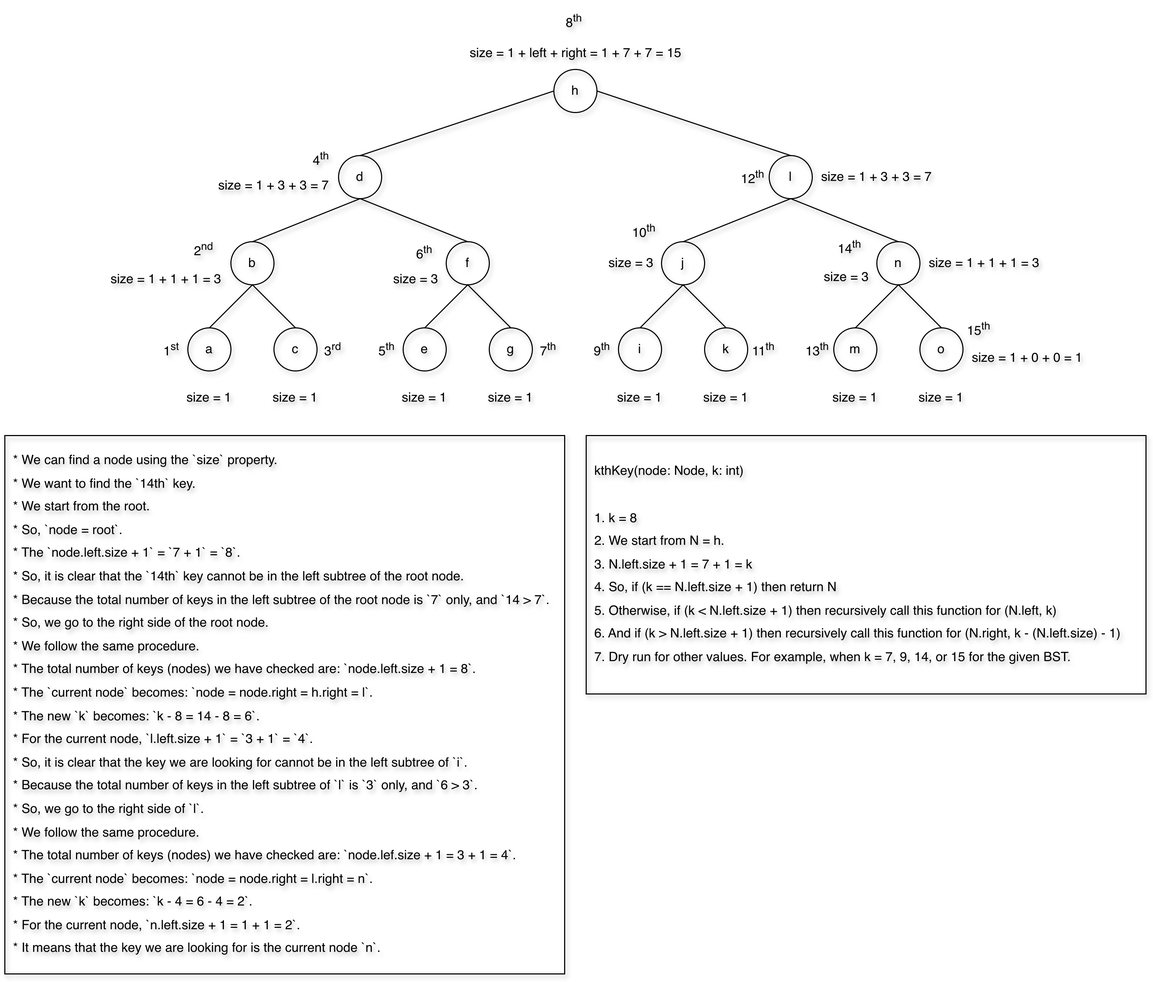
The draw.io diagram assets/images/dataStructures/uc/module06programmingAssignments/1065ropeStringCutPasteSplayTree.png in sagarpatel288/kotlinDSAWithIntellijIdea, before a commit. Source tidied: cells renumbered, new cells last; positions are measured from the earlier drawing's top-left corner, leaving out a move shared by most shapes.
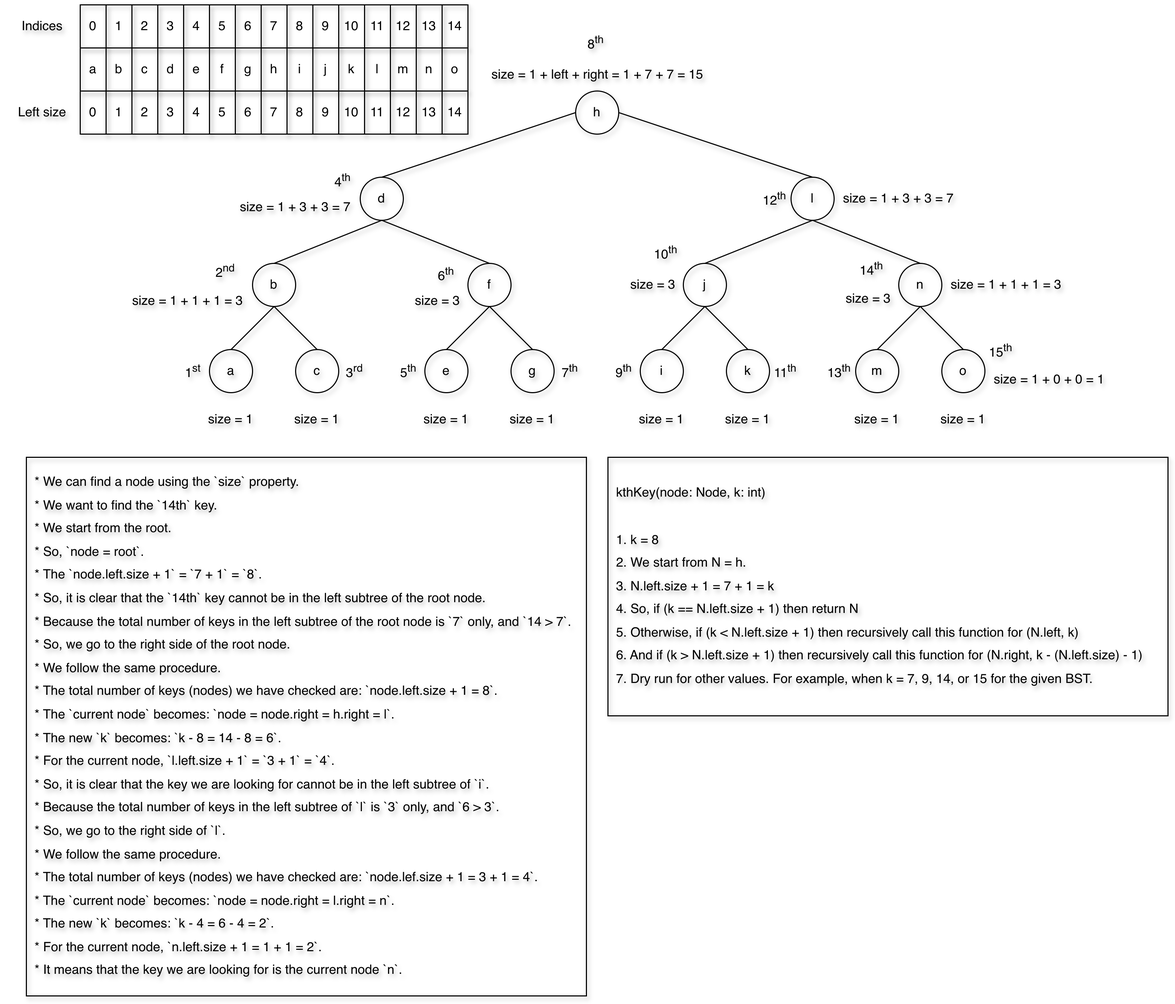
Above is the later version.

Change to the diagram source:
```diff
@@ -199,5 +199,182 @@
     <mxCell id="64" value="&lt;div style=&quot;line-height: 180%;&quot;&gt;&lt;div style=&quot;line-height: 180%;&quot;&gt;* We can find a node using the `size` property.&lt;/div&gt;&lt;div style=&quot;line-height: 180%;&quot;&gt;* We want to find the `14th` key.&lt;/div&gt;&lt;div style=&quot;line-height: 180%;&quot;&gt;* We start from the root.&lt;/div&gt;&lt;div style=&quot;line-height: 180%;&quot;&gt;* So, `node = root`.&lt;/div&gt;&lt;div style=&quot;line-height: 180%;&quot;&gt;* The `node.left.size + 1` = `7 + 1` = `8`.&lt;/div&gt;&lt;div style=&quot;line-height: 180%;&quot;&gt;* So, it is clear that the `14th` key cannot be in the left subtree of the root node.&lt;/div&gt;&lt;div style=&quot;line-height: 180%;&quot;&gt;* Because the total number of keys in the left subtree of the root node is `7` only, and `14 &amp;gt; 7`.&lt;/div&gt;&lt;div style=&quot;line-height: 180%;&quot;&gt;* So, we go to the right side of the root node.&lt;/div&gt;&lt;div style=&quot;line-height: 180%;&quot;&gt;* We follow the same procedure.&lt;/div&gt;&lt;div style=&quot;line-height: 180%;&quot;&gt;* The total number of keys (nodes) we have checked are: `node.left.size + 1 = 8`.&lt;/div&gt;&lt;div style=&quot;line-height: 180%;&quot;&gt;* The `current node` becomes: `node = node.right = h.right = l`.&lt;/div&gt;&lt;div style=&quot;line-height: 180%;&quot;&gt;* The new `k` becomes: `k - 8 = 14 - 8 = 6`.&lt;/div&gt;&lt;div style=&quot;line-height: 180%;&quot;&gt;* For the current node, `l.left.size + 1` = `3 + 1` = `4`.&lt;/div&gt;&lt;div style=&quot;line-height: 180%;&quot;&gt;* So, it is clear that the key we are looking for cannot be in the left subtree of `i`.&lt;/div&gt;&lt;div style=&quot;line-height: 180%;&quot;&gt;* Because the total number of keys in the left subtree of `l` is `3` only, and `6 &amp;gt; 3`.&lt;/div&gt;&lt;div style=&quot;line-height: 180%;&quot;&gt;* So, we go to the right side of `l`.&lt;/div&gt;&lt;div style=&quot;line-height: 180%;&quot;&gt;* We follow the same procedure.&lt;/div&gt;&lt;div style=&quot;line-height: 180%;&quot;&gt;* The total number of keys (nodes) we have checked are: `node.lef.size + 1 = 3 + 1 = 4`.&lt;/div&gt;&lt;div style=&quot;line-height: 180%;&quot;&gt;* The `current node` becomes: `node = node.right = l.right = n`.&lt;/div&gt;&lt;div style=&quot;line-height: 180%;&quot;&gt;* The new `k` becomes: `k - 4 = 6 - 4 = 2`.&lt;/div&gt;&lt;div style=&quot;line-height: 180%;&quot;&gt;* For the current node, `n.left.size + 1 = 1 + 1 = 2`.&lt;/div&gt;&lt;div style=&quot;line-height: 180%;&quot;&gt;* It means that the key we are looking for is the current node `n`.&lt;/div&gt;&lt;/div&gt;" style="text;html=1;align=left;verticalAlign=top;whiteSpace=wrap;rounded=0;shadow=1;textShadow=1;spacing=8;strokeColor=default;" parent="1" vertex="1">
       <mxGeometry y="400" width="520" height="500" as="geometry" />
     </mxCell>
+    <mxCell id="65" value="Indices" style="text;html=1;align=center;verticalAlign=middle;whiteSpace=wrap;rounded=0;textShadow=1;shadow=1;" parent="1" vertex="1">
+      <mxGeometry x="-20" y="-15" width="70" height="30" as="geometry" />
+    </mxCell>
+    <mxCell id="66" style="group;shadow=1;" parent="1" vertex="1">
+      <mxGeometry x="50" y="20" width="360" height="40" as="geometry" />
+    </mxCell>
+    <mxCell id="67" style="group;shadow=1;" parent="66" vertex="1">
+      <mxGeometry width="120" height="40" as="geometry" />
+    </mxCell>
+    <mxCell id="68" value="a" style="whiteSpace=wrap;html=1;strokeColor=default;align=center;verticalAlign=middle;fontFamily=Helvetica;fontSize=12;fontColor=default;fillColor=none;rotation=0;rounded=0;shadow=1;" parent="67" vertex="1">
+      <mxGeometry width="24" height="40" as="geometry" />
+    </mxCell>
+    <mxCell id="69" value="b" style="whiteSpace=wrap;html=1;strokeColor=default;align=center;verticalAlign=middle;fontFamily=Helvetica;fontSize=12;fontColor=default;fillColor=none;rotation=0;rounded=0;shadow=1;" parent="67" vertex="1">
+      <mxGeometry x="24" width="24" height="40" as="geometry" />
+    </mxCell>
+    <mxCell id="70" value="c" style="whiteSpace=wrap;html=1;strokeColor=default;align=center;verticalAlign=middle;fontFamily=Helvetica;fontSize=12;fontColor=default;fillColor=none;rotation=0;rounded=0;shadow=1;" parent="67" vertex="1">
+      <mxGeometry x="48" width="24" height="40" as="geometry" />
+    </mxCell>
+    <mxCell id="71" value="d" style="whiteSpace=wrap;html=1;strokeColor=default;align=center;verticalAlign=middle;fontFamily=Helvetica;fontSize=12;fontColor=default;fillColor=none;rotation=0;rounded=0;shadow=1;" parent="67" vertex="1">
+      <mxGeometry x="72" width="24" height="40" as="geometry" />
+    </mxCell>
+    <mxCell id="72" value="e" style="whiteSpace=wrap;html=1;strokeColor=default;align=center;verticalAlign=middle;fontFamily=Helvetica;fontSize=12;fontColor=default;fillColor=none;rotation=0;rounded=0;shadow=1;" parent="67" vertex="1">
+      <mxGeometry x="96" width="24" height="40" as="geometry" />
+    </mxCell>
+    <mxCell id="73" style="group;shadow=1;" parent="66" vertex="1">
+      <mxGeometry x="120" width="120" height="40" as="geometry" />
+    </mxCell>
+    <mxCell id="74" value="f" style="whiteSpace=wrap;html=1;strokeColor=default;align=center;verticalAlign=middle;fontFamily=Helvetica;fontSize=12;fontColor=default;fillColor=none;rotation=0;rounded=0;shadow=1;" parent="73" vertex="1">
+      <mxGeometry width="24" height="40" as="geometry" />
+    </mxCell>
+    <mxCell id="75" value="g" style="whiteSpace=wrap;html=1;strokeColor=default;align=center;verticalAlign=middle;fontFamily=Helvetica;fontSize=12;fontColor=default;fillColor=none;rotation=0;rounded=0;shadow=1;" parent="73" vertex="1">
+      <mxGeometry x="24" width="24" height="40" as="geometry" />
+    </mxCell>
+    <mxCell id="76" value="h" style="whiteSpace=wrap;html=1;strokeColor=default;align=center;verticalAlign=middle;fontFamily=Helvetica;fontSize=12;fontColor=default;fillColor=none;rotation=0;rounded=0;shadow=1;" parent="73" vertex="1">
+      <mxGeometry x="48" width="24" height="40" as="geometry" />
+    </mxCell>
+    <mxCell id="77" value="i" style="whiteSpace=wrap;html=1;strokeColor=default;align=center;verticalAlign=middle;fontFamily=Helvetica;fontSize=12;fontColor=default;fillColor=none;rotation=0;rounded=0;shadow=1;" parent="73" vertex="1">
+      <mxGeometry x="72" width="24" height="40" as="geometry" />
+    </mxCell>
+    <mxCell id="78" value="j" style="whiteSpace=wrap;html=1;strokeColor=default;align=center;verticalAlign=middle;fontFamily=Helvetica;fontSize=12;fontColor=default;fillColor=none;rotation=0;rounded=0;shadow=1;" parent="73" vertex="1">
+      <mxGeometry x="96" width="24" height="40" as="geometry" />
+    </mxCell>
+    <mxCell id="79" style="group;shadow=1;" parent="66" vertex="1">
+      <mxGeometry x="240" width="120" height="40" as="geometry" />
+    </mxCell>
+    <mxCell id="80" value="k" style="whiteSpace=wrap;html=1;strokeColor=default;align=center;verticalAlign=middle;fontFamily=Helvetica;fontSize=12;fontColor=default;fillColor=none;rotation=0;rounded=0;shadow=1;" parent="79" vertex="1">
+      <mxGeometry width="24" height="40" as="geometry" />
+    </mxCell>
+    <mxCell id="81" value="l" style="whiteSpace=wrap;html=1;strokeColor=default;align=center;verticalAlign=middle;fontFamily=Helvetica;fontSize=12;fontColor=default;fillColor=none;rotation=0;rounded=0;shadow=1;" parent="79" vertex="1">
+      <mxGeometry x="24" width="24" height="40" as="geometry" />
+    </mxCell>
+    <mxCell id="82" value="m" style="whiteSpace=wrap;html=1;strokeColor=default;align=center;verticalAlign=middle;fontFamily=Helvetica;fontSize=12;fontColor=default;fillColor=none;rotation=0;rounded=0;shadow=1;" parent="79" vertex="1">
+      <mxGeometry x="48" width="24" height="40" as="geometry" />
+    </mxCell>
+    <mxCell id="83" value="n" style="whiteSpace=wrap;html=1;strokeColor=default;align=center;verticalAlign=middle;fontFamily=Helvetica;fontSize=12;fontColor=default;fillColor=none;rotation=0;rounded=0;shadow=1;" parent="79" vertex="1">
+      <mxGeometry x="72" width="24" height="40" as="geometry" />
+    </mxCell>
+    <mxCell id="84" value="o" style="whiteSpace=wrap;html=1;strokeColor=default;align=center;verticalAlign=middle;fontFamily=Helvetica;fontSize=12;fontColor=default;fillColor=none;rotation=0;rounded=0;shadow=1;" parent="79" vertex="1">
+      <mxGeometry x="96" width="24" height="40" as="geometry" />
+    </mxCell>
+    <mxCell id="85" style="group;shadow=1;" parent="1" vertex="1">
+      <mxGeometry x="50" y="-20" width="360" height="40" as="geometry" />
+    </mxCell>
+    <mxCell id="86" style="group;shadow=1;" parent="85" vertex="1">
+      <mxGeometry width="120" height="40" as="geometry" />
+    </mxCell>
+    <mxCell id="87" value="0" style="whiteSpace=wrap;html=1;strokeColor=default;align=center;verticalAlign=middle;fontFamily=Helvetica;fontSize=12;fontColor=default;fillColor=none;rotation=0;rounded=0;shadow=1;" parent="86" vertex="1">
+      <mxGeometry width="24" height="40" as="geometry" />
+    </mxCell>
+    <mxCell id="88" value="1" style="whiteSpace=wrap;html=1;strokeColor=default;align=center;verticalAlign=middle;fontFamily=Helvetica;fontSize=12;fontColor=default;fillColor=none;rotation=0;rounded=0;shadow=1;" parent="86" vertex="1">
+      <mxGeometry x="24" width="24" height="40" as="geometry" />
+    </mxCell>
+    <mxCell id="89" value="2" style="whiteSpace=wrap;html=1;strokeColor=default;align=center;verticalAlign=middle;fontFamily=Helvetica;fontSize=12;fontColor=default;fillColor=none;rotation=0;rounded=0;shadow=1;" parent="86" vertex="1">
+      <mxGeometry x="48" width="24" height="40" as="geometry" />
+    </mxCell>
+    <mxCell id="90" value="3" style="whiteSpace=wrap;html=1;strokeColor=default;align=center;verticalAlign=middle;fontFamily=Helvetica;fontSize=12;fontColor=default;fillColor=none;rotation=0;rounded=0;shadow=1;" parent="86" vertex="1">
+      <mxGeometry x="72" width="24" height="40" as="geometry" />
+    </mxCell>
+    <mxCell id="91" value="4" style="whiteSpace=wrap;html=1;strokeColor=default;align=center;verticalAlign=middle;fontFamily=Helvetica;fontSize=12;fontColor=default;fillColor=none;rotation=0;rounded=0;shadow=1;" parent="86" vertex="1">
+      <mxGeometry x="96" width="24" height="40" as="geometry" />
+    </mxCell>
+    <mxCell id="92" style="group;shadow=1;" parent="85" vertex="1">
+      <mxGeometry x="120" width="120" height="40" as="geometry" />
+    </mxCell>
+    <mxCell id="93" value="5" style="whiteSpace=wrap;html=1;strokeColor=default;align=center;verticalAlign=middle;fontFamily=Helvetica;fontSize=12;fontColor=default;fillColor=none;rotation=0;rounded=0;shadow=1;" parent="92" vertex="1">
+      <mxGeometry width="24" height="40" as="geometry" />
+    </mxCell>
+    <mxCell id="94" value="6" style="whiteSpace=wrap;html=1;strokeColor=default;align=center;verticalAlign=middle;fontFamily=Helvetica;fontSize=12;fontColor=default;fillColor=none;rotation=0;rounded=0;shadow=1;" parent="92" vertex="1">
+      <mxGeometry x="24" width="24" height="40" as="geometry" />
+    </mxCell>
+    <mxCell id="95" value="7" style="whiteSpace=wrap;html=1;strokeColor=default;align=center;verticalAlign=middle;fontFamily=Helvetica;fontSize=12;fontColor=default;fillColor=none;rotation=0;rounded=0;shadow=1;" parent="92" vertex="1">
+      <mxGeometry x="48" width="24" height="40" as="geometry" />
+    </mxCell>
+    <mxCell id="96" value="8" style="whiteSpace=wrap;html=1;strokeColor=default;align=center;verticalAlign=middle;fontFamily=Helvetica;fontSize=12;fontColor=default;fillColor=none;rotation=0;rounded=0;shadow=1;" parent="92" vertex="1">
+      <mxGeometry x="72" width="24" height="40" as="geometry" />
+    </mxCell>
+    <mxCell id="97" value="9" style="whiteSpace=wrap;html=1;strokeColor=default;align=center;verticalAlign=middle;fontFamily=Helvetica;fontSize=12;fontColor=default;fillColor=none;rotation=0;rounded=0;shadow=1;" parent="92" vertex="1">
+      <mxGeometry x="96" width="24" height="40" as="geometry" />
+    </mxCell>
+    <mxCell id="98" style="group;shadow=1;" parent="85" vertex="1">
+      <mxGeometry x="240" width="120" height="40" as="geometry" />
+    </mxCell>
+    <mxCell id="99" value="10" style="whiteSpace=wrap;html=1;strokeColor=default;align=center;verticalAlign=middle;fontFamily=Helvetica;fontSize=12;fontColor=default;fillColor=none;rotation=0;rounded=0;shadow=1;" parent="98" vertex="1">
+      <mxGeometry width="24" height="40" as="geometry" />
+    </mxCell>
+    <mxCell id="100" value="11" style="whiteSpace=wrap;html=1;strokeColor=default;align=center;verticalAlign=middle;fontFamily=Helvetica;fontSize=12;fontColor=default;fillColor=none;rotation=0;rounded=0;shadow=1;" parent="98" vertex="1">
+      <mxGeometry x="24" width="24" height="40" as="geometry" />
+    </mxCell>
+    <mxCell id="101" value="12" style="whiteSpace=wrap;html=1;strokeColor=default;align=center;verticalAlign=middle;fontFamily=Helvetica;fontSize=12;fontColor=default;fillColor=none;rotation=0;rounded=0;shadow=1;" parent="98" vertex="1">
+      <mxGeometry x="48" width="24" height="40" as="geometry" />
+    </mxCell>
+    <mxCell id="102" value="13" style="whiteSpace=wrap;html=1;strokeColor=default;align=center;verticalAlign=middle;fontFamily=Helvetica;fontSize=12;fontColor=default;fillColor=none;rotation=0;rounded=0;shadow=1;" parent="98" vertex="1">
+      <mxGeometry x="72" width="24" height="40" as="geometry" />
+    </mxCell>
+    <mxCell id="103" value="14" style="whiteSpace=wrap;html=1;strokeColor=default;align=center;verticalAlign=middle;fontFamily=Helvetica;fontSize=12;fontColor=default;fillColor=none;rotation=0;rounded=0;shadow=1;" parent="98" vertex="1">
+      <mxGeometry x="96" width="24" height="40" as="geometry" />
+    </mxCell>
+    <mxCell id="104" value="Left size" style="text;html=1;align=center;verticalAlign=middle;whiteSpace=wrap;rounded=0;textShadow=1;shadow=1;" parent="1" vertex="1">
+      <mxGeometry x="-20" y="65" width="70" height="30" as="geometry" />
+    </mxCell>
+    <mxCell id="105" style="group;shadow=1;" parent="1" vertex="1">
+      <mxGeometry x="50" y="60" width="360" height="40" as="geometry" />
+    </mxCell>
+    <mxCell id="106" style="group;shadow=1;" parent="105" vertex="1">
+      <mxGeometry width="120" height="40" as="geometry" />
+    </mxCell>
+    <mxCell id="107" value="0" style="whiteSpace=wrap;html=1;strokeColor=default;align=center;verticalAlign=middle;fontFamily=Helvetica;fontSize=12;fontColor=default;fillColor=none;rotation=0;rounded=0;shadow=1;" parent="106" vertex="1">
+      <mxGeometry width="24" height="40" as="geometry" />
+    </mxCell>
+    <mxCell id="108" value="1" style="whiteSpace=wrap;html=1;strokeColor=default;align=center;verticalAlign=middle;fontFamily=Helvetica;fontSize=12;fontColor=default;fillColor=none;rotation=0;rounded=0;shadow=1;" parent="106" vertex="1">
+      <mxGeometry x="24" width="24" height="40" as="geometry" />
+    </mxCell>
+    <mxCell id="109" value="2" style="whiteSpace=wrap;html=1;strokeColor=default;align=center;verticalAlign=middle;fontFamily=Helvetica;fontSize=12;fontColor=default;fillColor=none;rotation=0;rounded=0;shadow=1;" parent="106" vertex="1">
+      <mxGeometry x="48" width="24" height="40" as="geometry" />
+    </mxCell>
+    <mxCell id="110" value="3" style="whiteSpace=wrap;html=1;strokeColor=default;align=center;verticalAlign=middle;fontFamily=Helvetica;fontSize=12;fontColor=default;fillColor=none;rotation=0;rounded=0;shadow=1;" parent="106" vertex="1">
+      <mxGeometry x="72" width="24" height="40" as="geometry" />
+    </mxCell>
+    <mxCell id="111" value="4" style="whiteSpace=wrap;html=1;strokeColor=default;align=center;verticalAlign=middle;fontFamily=Helvetica;fontSize=12;fontColor=default;fillColor=none;rotation=0;rounded=0;shadow=1;" parent="106" vertex="1">
+      <mxGeometry x="96" width="24" height="40" as="geometry" />
+    </mxCell>
+    <mxCell id="112" style="group;shadow=1;" parent="105" vertex="1">
+      <mxGeometry x="120" width="120" height="40" as="geometry" />
+    </mxCell>
+    <mxCell id="113" value="5" style="whiteSpace=wrap;html=1;strokeColor=default;align=center;verticalAlign=middle;fontFamily=Helvetica;fontSize=12;fontColor=default;fillColor=none;rotation=0;rounded=0;shadow=1;" parent="112" vertex="1">
+      <mxGeometry width="24" height="40" as="geometry" />
+    </mxCell>
+    <mxCell id="114" value="6" style="whiteSpace=wrap;html=1;strokeColor=default;align=center;verticalAlign=middle;fontFamily=Helvetica;fontSize=12;fontColor=default;fillColor=none;rotation=0;rounded=0;shadow=1;" parent="112" vertex="1">
+      <mxGeometry x="24" width="24" height="40" as="geometry" />
+    </mxCell>
+    <mxCell id="115" value="7" style="whiteSpace=wrap;html=1;strokeColor=default;align=center;verticalAlign=middle;fontFamily=Helvetica;fontSize=12;fontColor=default;fillColor=none;rotation=0;rounded=0;shadow=1;" parent="112" vertex="1">
+      <mxGeometry x="48" width="24" height="40" as="geometry" />
+    </mxCell>
+    <mxCell id="116" value="8" style="whiteSpace=wrap;html=1;strokeColor=default;align=center;verticalAlign=middle;fontFamily=Helvetica;fontSize=12;fontColor=default;fillColor=none;rotation=0;rounded=0;shadow=1;" parent="112" vertex="1">
+      <mxGeometry x="72" width="24" height="40" as="geometry" />
+    </mxCell>
+    <mxCell id="117" value="9" style="whiteSpace=wrap;html=1;strokeColor=default;align=center;verticalAlign=middle;fontFamily=Helvetica;fontSize=12;fontColor=default;fillColor=none;rotation=0;rounded=0;shadow=1;" parent="112" vertex="1">
+      <mxGeometry x="96" width="24" height="40" as="geometry" />
+    </mxCell>
+    <mxCell id="118" style="group;shadow=1;" parent="105" vertex="1">
+      <mxGeometry x="240" width="120" height="40" as="geometry" />
+    </mxCell>
+    <mxCell id="119" value="10" style="whiteSpace=wrap;html=1;strokeColor=default;align=center;verticalAlign=middle;fontFamily=Helvetica;fontSize=12;fontColor=default;fillColor=none;rotation=0;rounded=0;shadow=1;" parent="118" vertex="1">
+      <mxGeometry width="24" height="40" as="geometry" />
+    </mxCell>
+    <mxCell id="120" value="11" style="whiteSpace=wrap;html=1;strokeColor=default;align=center;verticalAlign=middle;fontFamily=Helvetica;fontSize=12;fontColor=default;fillColor=none;rotation=0;rounded=0;shadow=1;" parent="118" vertex="1">
+      <mxGeometry x="24" width="24" height="40" as="geometry" />
+    </mxCell>
+    <mxCell id="121" value="12" style="whiteSpace=wrap;html=1;strokeColor=default;align=center;verticalAlign=middle;fontFamily=Helvetica;fontSize=12;fontColor=default;fillColor=none;rotation=0;rounded=0;shadow=1;" parent="118" vertex="1">
+      <mxGeometry x="48" width="24" height="40" as="geometry" />
+    </mxCell>
+    <mxCell id="122" value="13" style="whiteSpace=wrap;html=1;strokeColor=default;align=center;verticalAlign=middle;fontFamily=Helvetica;fontSize=12;fontColor=default;fillColor=none;rotation=0;rounded=0;shadow=1;" parent="118" vertex="1">
+      <mxGeometry x="72" width="24" height="40" as="geometry" />
+    </mxCell>
+    <mxCell id="123" value="14" style="whiteSpace=wrap;html=1;strokeColor=default;align=center;verticalAlign=middle;fontFamily=Helvetica;fontSize=12;fontColor=default;fillColor=none;rotation=0;rounded=0;shadow=1;" parent="118" vertex="1">
+      <mxGeometry x="96" width="24" height="40" as="geometry" />
+    </mxCell>
   </root>
 </mxGraphModel>
```
